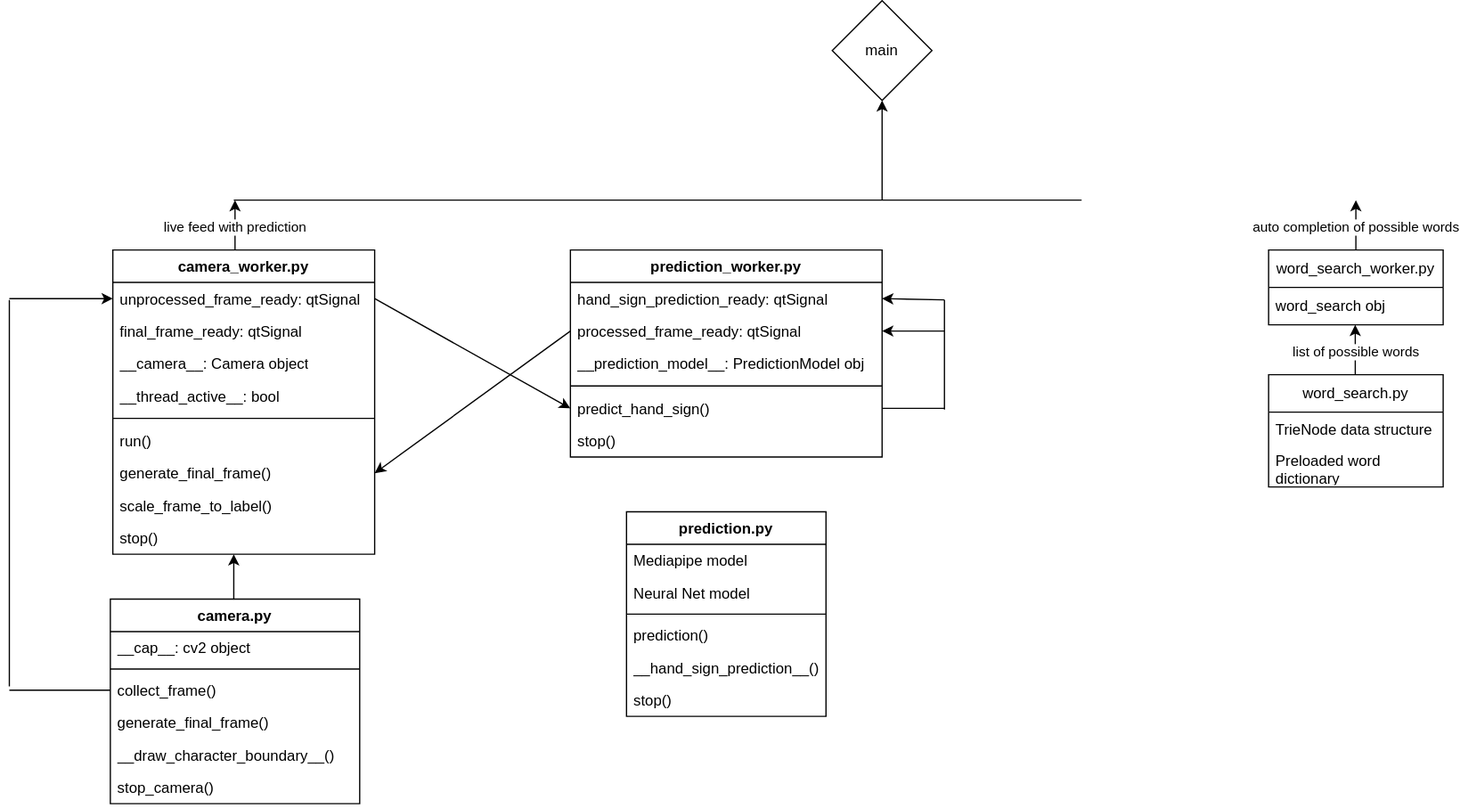
The draw.io diagram Software structure.drawio.svg in SirAbsolute0/Realtime_Sign_Language_Translator, before a commit. Source tidied: cells renumbered, new cells last; positions are measured from the earlier drawing's top-left corner, leaving out a move shared by most shapes.
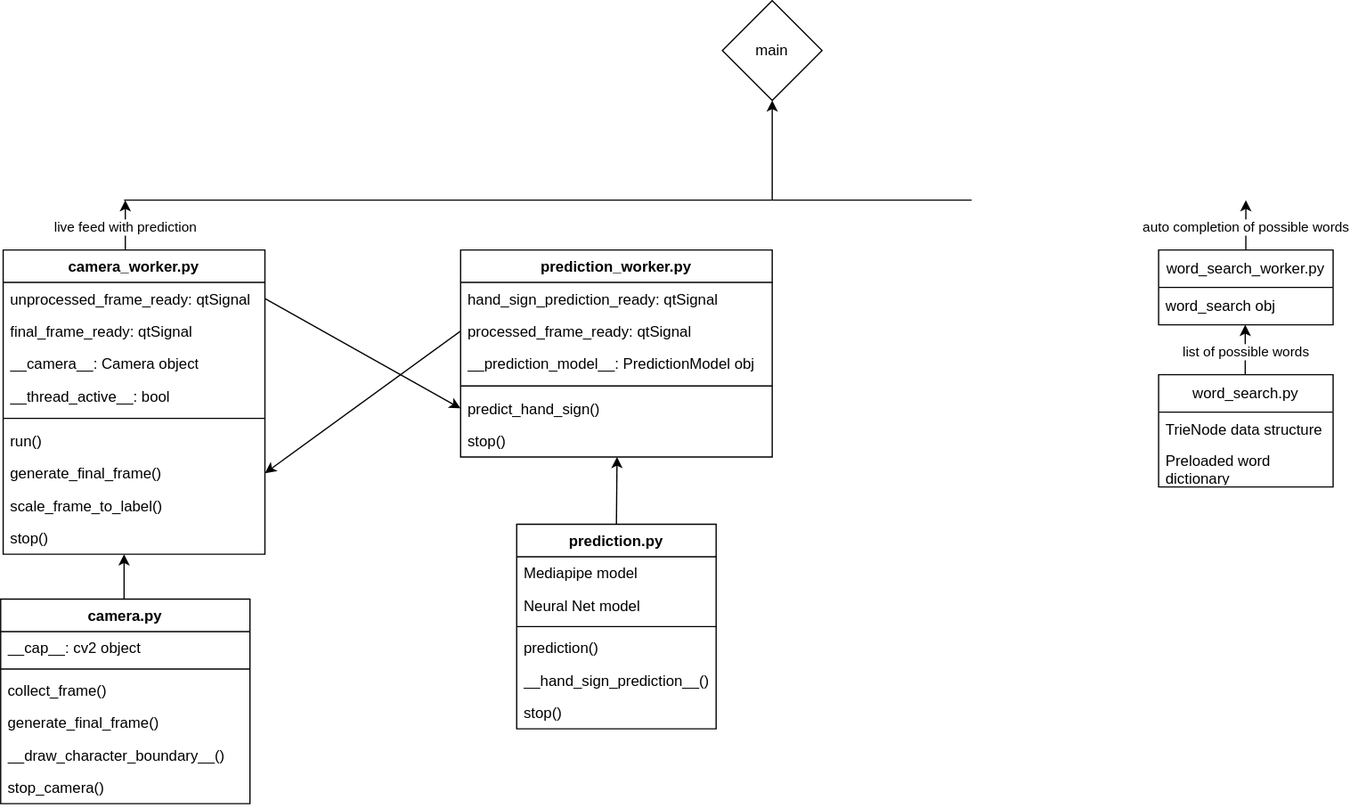
The same diagram one commit later.

Diff of the diagram source:
```diff
@@ -130,51 +130,14 @@
     <mxCell id="39" value="stop()" style="text;strokeColor=none;fillColor=none;align=left;verticalAlign=top;spacingLeft=4;spacingRight=4;overflow=hidden;points=[[0,0.5],[1,0.5]];portConstraint=eastwest;whiteSpace=wrap;html=1;" parent="33" vertex="1">
       <mxGeometry y="140" width="250" height="26" as="geometry" />
     </mxCell>
-    <mxCell id="40" style="endArrow=none;html=1;rounded=0;entryX=0;entryY=0.5;entryDx=0;entryDy=0;" parent="1" edge="1" target="29">
-      <mxGeometry relative="1" as="geometry">
-        <mxPoint y="553" as="sourcePoint" />
-      </mxGeometry>
-    </mxCell>
-    <mxCell id="41" style="endArrow=none;html=1;rounded=0;" parent="1" edge="1">
-      <mxGeometry relative="1" as="geometry">
-        <mxPoint y="550" as="sourcePoint" />
-        <mxPoint y="240" as="targetPoint" />
-      </mxGeometry>
-    </mxCell>
-    <mxCell id="42" style="endArrow=classic;html=1;rounded=0;entryX=0;entryY=0.5;entryDx=0;entryDy=0;" parent="1" edge="1" target="17">
-      <mxGeometry relative="1" as="geometry">
-        <mxPoint y="239" as="sourcePoint" />
-      </mxGeometry>
-    </mxCell>
     <mxCell id="43" style="endArrow=classic;html=1;rounded=0;exitX=1;exitY=0.5;exitDx=0;exitDy=0;entryX=0;entryY=0.5;entryDx=0;entryDy=0;" parent="1" edge="1" source="17" target="38">
       <mxGeometry relative="1" as="geometry" />
     </mxCell>
-    <mxCell id="44" style="endArrow=none;html=1;rounded=0;entryX=1;entryY=0.5;entryDx=0;entryDy=0;" parent="1" edge="1" target="38">
-      <mxGeometry relative="1" as="geometry">
-        <mxPoint x="750" y="327" as="sourcePoint" />
-      </mxGeometry>
-    </mxCell>
-    <mxCell id="45" style="endArrow=none;html=1;rounded=0;" parent="1" edge="1">
-      <mxGeometry relative="1" as="geometry">
-        <mxPoint x="750" y="240" as="sourcePoint" />
-        <mxPoint x="750" y="328" as="targetPoint" />
-      </mxGeometry>
-    </mxCell>
-    <mxCell id="46" style="endArrow=classic;html=1;rounded=0;entryX=1;entryY=0.5;entryDx=0;entryDy=0;" parent="1" edge="1" target="34">
-      <mxGeometry relative="1" as="geometry">
-        <mxPoint x="750" y="240" as="sourcePoint" />
-      </mxGeometry>
-    </mxCell>
-    <mxCell id="47" style="endArrow=classic;html=1;rounded=0;entryX=1;entryY=0.5;entryDx=0;entryDy=0;" parent="1" edge="1" target="35">
-      <mxGeometry relative="1" as="geometry">
-        <mxPoint x="750" y="265" as="sourcePoint" />
-      </mxGeometry>
-    </mxCell>
     <mxCell id="48" style="endArrow=classic;html=1;rounded=0;exitX=0;exitY=0.5;exitDx=0;exitDy=0;entryX=1;entryY=0.5;entryDx=0;entryDy=0;" parent="1" edge="1" source="35" target="23">
       <mxGeometry relative="1" as="geometry" />
     </mxCell>
     <mxCell id="49" value="prediction.py" style="swimlane;fontStyle=1;align=center;verticalAlign=top;horizontal=1;startSize=26;whiteSpace=wrap;html=1;" parent="1" vertex="1">
-      <mxGeometry x="495" y="410" width="160" height="164" as="geometry" />
+      <mxGeometry x="495" y="420" width="160" height="164" as="geometry" />
     </mxCell>
     <mxCell id="50" value="Mediapipe model" style="text;strokeColor=none;fillColor=none;align=left;verticalAlign=top;spacingLeft=4;spacingRight=4;overflow=hidden;whiteSpace=wrap;html=1;" parent="49" vertex="1">
       <mxGeometry y="26" width="160" height="26" as="geometry" />
@@ -200,5 +163,8 @@
         <mxPoint x="180" y="444" as="targetPoint" />
       </mxGeometry>
     </mxCell>
+    <mxCell id="57" style="endArrow=classic;html=1;rounded=0;entryX=0.502;entryY=0.997;entryDx=0;entryDy=0;entryPerimeter=0;exitX=0.5;exitY=0;exitDx=0;exitDy=0;" parent="1" edge="1" source="49" target="39">
+      <mxGeometry relative="1" as="geometry" />
+    </mxCell>
   </root>
 </mxGraphModel>
```
